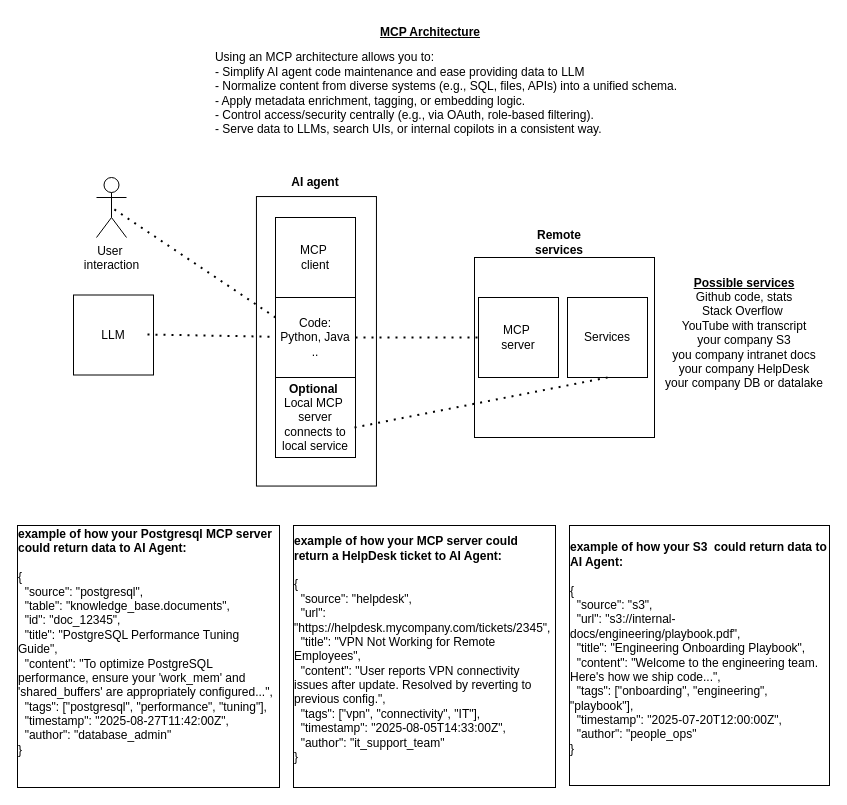
This is page "MCP" (6 of 6) of docs/AI-Ollama-Dapr-microk8s.drawio from inigokintana/homelab-2-prod-ai-golden-path, a draw.io file, before an edit. Source tidied: cells renumbered, new cells numbered last; positions are measured from the earlier drawing's top-left corner, leaving out a move shared by most shapes. Both pictures are drawn from the tidied source at 100%, with x=0, y=0 at pixel (17, 17).
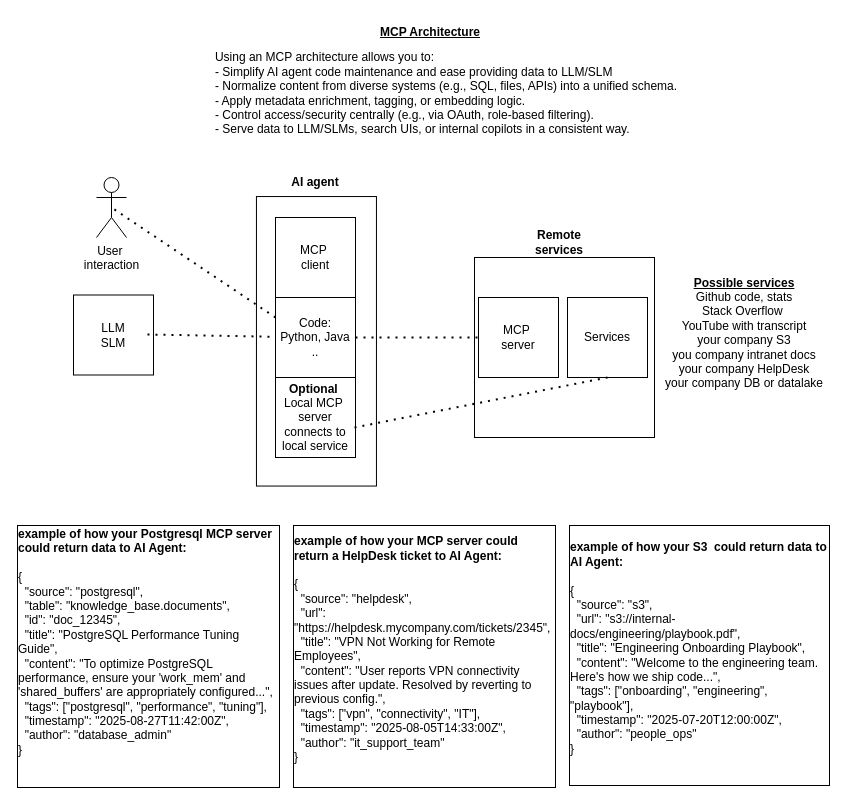
The same diagram, later.

What changed in the source:
```diff
@@
-    <mxCell id="15" value="LLM" style="whiteSpace=wrap;html=1;" parent="1" vertex="1">
+    <mxCell id="15" value="LLM&lt;div&gt;SLM&lt;/div&gt;" style="whiteSpace=wrap;html=1;" parent="1" vertex="1">
       <mxGeometry x="56" y="277.5" width="80" height="80" as="geometry" />
     </mxCell>
@@
-    <mxCell id="18" value="&lt;div style=&quot;text-align: left;&quot;&gt;Using an MCP architecture allows you to:&lt;/div&gt;&lt;div style=&quot;text-align: left;&quot;&gt;&lt;span style=&quot;background-color: transparent; color: light-dark(rgb(0, 0, 0), rgb(255, 255, 255));&quot;&gt;- Simplify AI agent code maintenance and ease providing data to LLM&lt;/span&gt;&lt;/div&gt;&lt;div style=&quot;text-align: left;&quot;&gt;- Normalize content from diverse systems (e.g., SQL, files, APIs) into a unified schema.&lt;/div&gt;&lt;div style=&quot;text-align: left;&quot;&gt;- Apply metadata enrichment, tagging, or embedding logic.&lt;/div&gt;&lt;div style=&quot;text-align: left;&quot;&gt;- Control access/security centrally (e.g., via OAuth, role-based filtering).&lt;/div&gt;&lt;div style=&quot;text-align: left;&quot;&gt;- Serve data to LLMs, search UIs, or internal copilots in a consistent way.&lt;/div&gt;" style="text;html=1;align=center;verticalAlign=middle;whiteSpace=wrap;rounded=0;" parent="1" vertex="1">
+    <mxCell id="18" value="&lt;div style=&quot;text-align: left;&quot;&gt;Using an MCP architecture allows you to:&lt;/div&gt;&lt;div style=&quot;text-align: left;&quot;&gt;&lt;span style=&quot;background-color: transparent; color: light-dark(rgb(0, 0, 0), rgb(255, 255, 255));&quot;&gt;- Simplify AI agent code maintenance and ease providing data to LLM/SLM&lt;/span&gt;&lt;/div&gt;&lt;div style=&quot;text-align: left;&quot;&gt;- Normalize content from diverse systems (e.g., SQL, files, APIs) into a unified schema.&lt;/div&gt;&lt;div style=&quot;text-align: left;&quot;&gt;- Apply metadata enrichment, tagging, or embedding logic.&lt;/div&gt;&lt;div style=&quot;text-align: left;&quot;&gt;- Control access/security centrally (e.g., via OAuth, role-based filtering).&lt;/div&gt;&lt;div style=&quot;text-align: left;&quot;&gt;- Serve data to LLM/SLMs, search UIs, or internal copilots in a consistent way.&lt;/div&gt;" style="text;html=1;align=center;verticalAlign=middle;whiteSpace=wrap;rounded=0;" parent="1" vertex="1">
       <mxGeometry x="154.2" y="16" width="550" height="120" as="geometry" />
     </mxCell>
```
